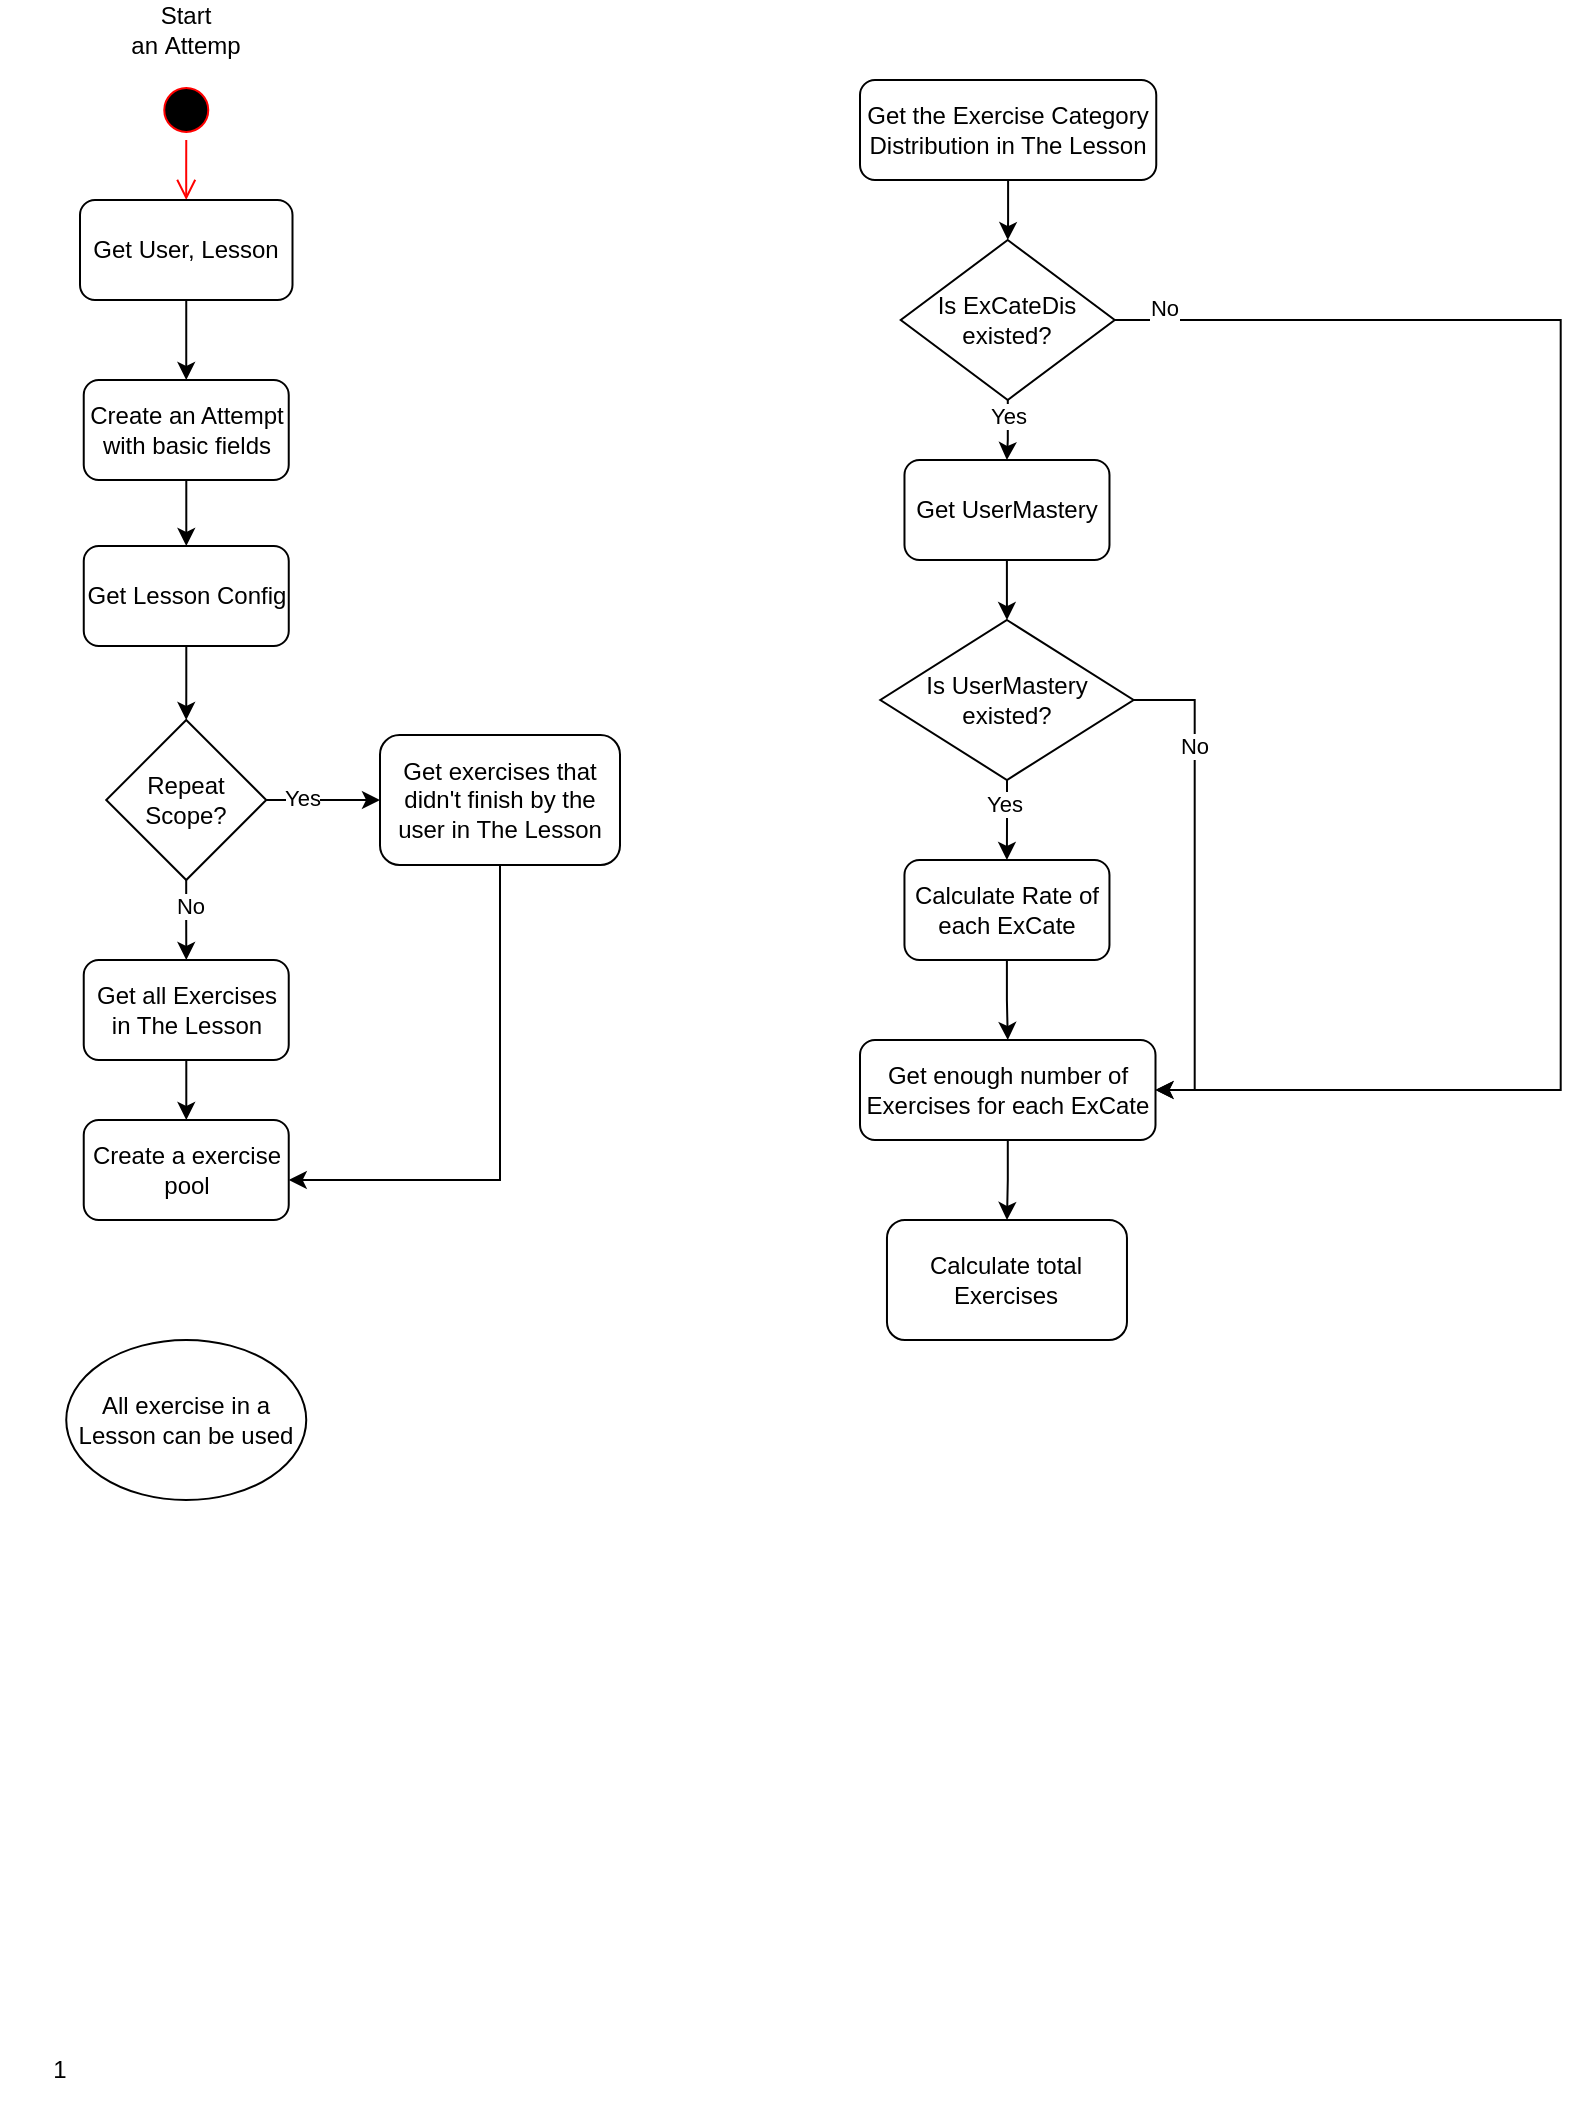
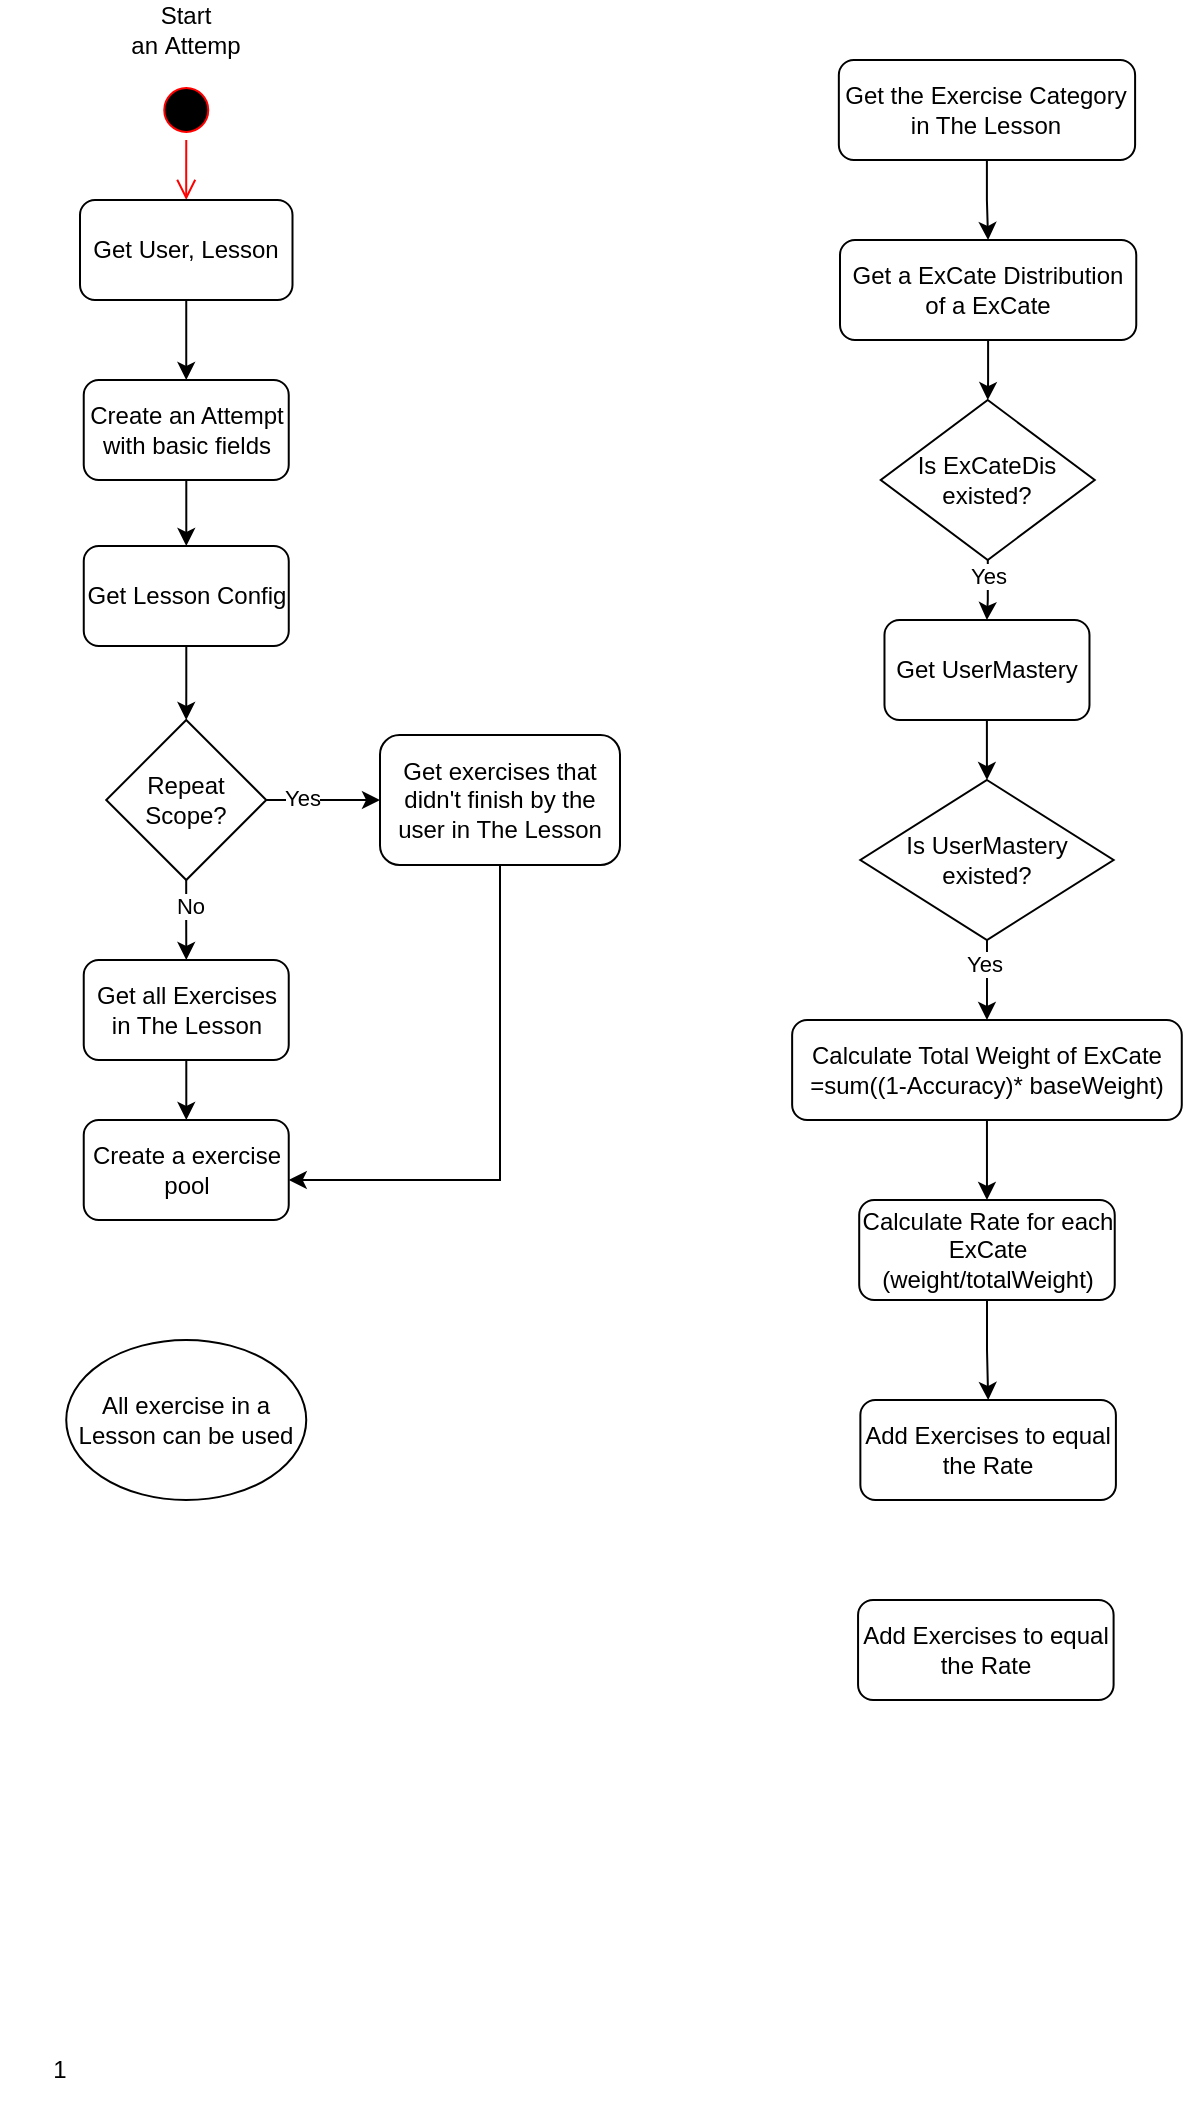
- <mxfile host="app.diagrams.net" agent="Mozilla/5.0 (Windows NT 10.0; Win64; x64) AppleWebKit/537.36 (KHTML, like Gecko) Chrome/141.0.0.0 Safari/537.36" version="28.2.9">
+ <mxfile host="app.diagrams.net" agent="Mozilla/5.0 (Windows NT 10.0; Win64; x64) AppleWebKit/537.36 (KHTML, like Gecko) Chrome/141.0.0.0 Safari/537.36" version="29.2.2" pages="2">
  <diagram name="Page-1" id="e7e014a7-5840-1c2e-5031-d8a46d1fe8dd">
-     <mxGraphModel dx="739" dy="502" grid="1" gridSize="10" guides="1" tooltips="1" connect="1" arrows="1" fold="1" page="1" pageScale="1" pageWidth="1169" pageHeight="826" background="none" math="0" shadow="0">
+     <mxGraphModel dx="554" dy="377" grid="1" gridSize="10" guides="1" tooltips="1" connect="1" arrows="1" fold="1" page="1" pageScale="1" pageWidth="1169" pageHeight="826" background="none" math="0" shadow="0">
      <root>
        <mxCell id="0" />
        <mxCell id="1" parent="0" />
        <mxCell id="7YhuKTfsy72lhYJb7kWK-41" value="" style="ellipse;html=1;shape=startState;fillColor=#000000;strokeColor=#ff0000;" vertex="1" parent="1">
          <mxGeometry x="108.13" y="50" width="30" height="30" as="geometry" />
        </mxCell>
        <mxCell id="7YhuKTfsy72lhYJb7kWK-42" value="" style="edgeStyle=orthogonalEdgeStyle;html=1;verticalAlign=bottom;endArrow=open;endSize=8;strokeColor=#ff0000;rounded=0;" edge="1" source="7YhuKTfsy72lhYJb7kWK-41" parent="1">
          <mxGeometry relative="1" as="geometry">
            <mxPoint x="123.12" y="110" as="targetPoint" />
          </mxGeometry>
        </mxCell>
        <mxCell id="7YhuKTfsy72lhYJb7kWK-43" value="Start an&amp;nbsp;&lt;span style=&quot;background-color: transparent; color: light-dark(rgb(0, 0, 0), rgb(255, 255, 255));&quot;&gt;Attemp&lt;/span&gt;" style="text;html=1;whiteSpace=wrap;strokeColor=none;fillColor=none;align=center;verticalAlign=middle;rounded=0;" vertex="1" parent="1">
          <mxGeometry x="93.12" y="10" width="60" height="30" as="geometry" />
        </mxCell>
        <mxCell id="7YhuKTfsy72lhYJb7kWK-46" value="" style="edgeStyle=orthogonalEdgeStyle;rounded=0;orthogonalLoop=1;jettySize=auto;html=1;" edge="1" parent="1" source="7YhuKTfsy72lhYJb7kWK-44" target="7YhuKTfsy72lhYJb7kWK-45">
          <mxGeometry relative="1" as="geometry" />
        </mxCell>
        <mxCell id="7YhuKTfsy72lhYJb7kWK-44" value="Get User, Lesson" style="rounded=1;whiteSpace=wrap;html=1;" vertex="1" parent="1">
          <mxGeometry x="70" y="110" width="106.25" height="50" as="geometry" />
        </mxCell>
        <mxCell id="7YhuKTfsy72lhYJb7kWK-49" value="" style="edgeStyle=orthogonalEdgeStyle;rounded=0;orthogonalLoop=1;jettySize=auto;html=1;" edge="1" parent="1" source="7YhuKTfsy72lhYJb7kWK-45" target="7YhuKTfsy72lhYJb7kWK-47">
          <mxGeometry relative="1" as="geometry" />
        </mxCell>
        <mxCell id="7YhuKTfsy72lhYJb7kWK-45" value="Create an Attempt&lt;div&gt;with basic fields&lt;/div&gt;" style="rounded=1;whiteSpace=wrap;html=1;" vertex="1" parent="1">
          <mxGeometry x="71.87" y="200" width="102.5" height="50" as="geometry" />
        </mxCell>
        <mxCell id="7YhuKTfsy72lhYJb7kWK-51" value="" style="edgeStyle=orthogonalEdgeStyle;rounded=0;orthogonalLoop=1;jettySize=auto;html=1;entryX=0.5;entryY=0;entryDx=0;entryDy=0;" edge="1" parent="1" source="7YhuKTfsy72lhYJb7kWK-47" target="7YhuKTfsy72lhYJb7kWK-52">
          <mxGeometry relative="1" as="geometry">
            <mxPoint x="123.1477777777776" y="370" as="targetPoint" />
          </mxGeometry>
        </mxCell>
        <mxCell id="7YhuKTfsy72lhYJb7kWK-47" value="Get Lesson Config" style="rounded=1;whiteSpace=wrap;html=1;" vertex="1" parent="1">
          <mxGeometry x="71.88" y="283" width="102.5" height="50" as="geometry" />
        </mxCell>
        <mxCell id="7YhuKTfsy72lhYJb7kWK-54" value="" style="edgeStyle=orthogonalEdgeStyle;rounded=0;orthogonalLoop=1;jettySize=auto;html=1;" edge="1" parent="1" source="7YhuKTfsy72lhYJb7kWK-52" target="7YhuKTfsy72lhYJb7kWK-53">
          <mxGeometry relative="1" as="geometry" />
        </mxCell>
        <mxCell id="7YhuKTfsy72lhYJb7kWK-55" value="No" style="edgeLabel;html=1;align=center;verticalAlign=middle;resizable=0;points=[];" vertex="1" connectable="0" parent="7YhuKTfsy72lhYJb7kWK-54">
          <mxGeometry x="-0.3583" y="2" relative="1" as="geometry">
            <mxPoint as="offset" />
          </mxGeometry>
        </mxCell>
        <mxCell id="7YhuKTfsy72lhYJb7kWK-57" value="" style="edgeStyle=orthogonalEdgeStyle;rounded=0;orthogonalLoop=1;jettySize=auto;html=1;" edge="1" parent="1" source="7YhuKTfsy72lhYJb7kWK-52" target="7YhuKTfsy72lhYJb7kWK-56">
          <mxGeometry relative="1" as="geometry" />
        </mxCell>
        <mxCell id="7YhuKTfsy72lhYJb7kWK-61" value="Yes" style="edgeLabel;html=1;align=center;verticalAlign=middle;resizable=0;points=[];" vertex="1" connectable="0" parent="7YhuKTfsy72lhYJb7kWK-57">
          <mxGeometry x="-0.3749" y="1" relative="1" as="geometry">
            <mxPoint as="offset" />
          </mxGeometry>
        </mxCell>
        <mxCell id="7YhuKTfsy72lhYJb7kWK-52" value="Repeat&lt;div&gt;Scope?&lt;/div&gt;" style="rhombus;whiteSpace=wrap;html=1;" vertex="1" parent="1">
          <mxGeometry x="83.12" y="370" width="80" height="80" as="geometry" />
        </mxCell>
        <mxCell id="7YhuKTfsy72lhYJb7kWK-59" value="" style="edgeStyle=orthogonalEdgeStyle;rounded=0;orthogonalLoop=1;jettySize=auto;html=1;" edge="1" parent="1" source="7YhuKTfsy72lhYJb7kWK-53" target="7YhuKTfsy72lhYJb7kWK-58">
          <mxGeometry relative="1" as="geometry" />
        </mxCell>
        <mxCell id="7YhuKTfsy72lhYJb7kWK-53" value="Get all Exercises in The Lesson" style="rounded=1;whiteSpace=wrap;html=1;" vertex="1" parent="1">
          <mxGeometry x="71.87" y="490" width="102.5" height="50" as="geometry" />
        </mxCell>
        <mxCell id="7YhuKTfsy72lhYJb7kWK-60" value="" style="edgeStyle=orthogonalEdgeStyle;rounded=0;orthogonalLoop=1;jettySize=auto;html=1;" edge="1" parent="1" source="7YhuKTfsy72lhYJb7kWK-56" target="7YhuKTfsy72lhYJb7kWK-58">
          <mxGeometry relative="1" as="geometry">
            <Array as="points">
              <mxPoint x="280" y="600" />
            </Array>
          </mxGeometry>
        </mxCell>
        <mxCell id="7YhuKTfsy72lhYJb7kWK-56" value="Get exercises that didn&#39;t finish by the user in The Lesson" style="rounded=1;whiteSpace=wrap;html=1;" vertex="1" parent="1">
          <mxGeometry x="220" y="377.5" width="120" height="65" as="geometry" />
        </mxCell>
        <mxCell id="7YhuKTfsy72lhYJb7kWK-58" value="Create a exercise pool" style="rounded=1;whiteSpace=wrap;html=1;" vertex="1" parent="1">
          <mxGeometry x="71.87" y="570" width="102.5" height="50" as="geometry" />
        </mxCell>
        <mxCell id="7YhuKTfsy72lhYJb7kWK-75" value="1" style="text;html=1;whiteSpace=wrap;strokeColor=none;fillColor=none;align=center;verticalAlign=middle;rounded=0;" vertex="1" parent="1">
          <mxGeometry x="30" y="1030" width="60" height="30" as="geometry" />
        </mxCell>
        <mxCell id="7YhuKTfsy72lhYJb7kWK-85" value="" style="edgeStyle=orthogonalEdgeStyle;rounded=0;orthogonalLoop=1;jettySize=auto;html=1;" edge="1" parent="1" source="7YhuKTfsy72lhYJb7kWK-86" target="7YhuKTfsy72lhYJb7kWK-91">
          <mxGeometry relative="1" as="geometry" />
        </mxCell>
-         <mxCell id="7YhuKTfsy72lhYJb7kWK-86" value="Get the Exercise Category Distribution in The Lesson" style="rounded=1;whiteSpace=wrap;html=1;" vertex="1" parent="1">
-           <mxGeometry x="460" y="50" width="148.13" height="50" as="geometry" />
+         <mxCell id="7YhuKTfsy72lhYJb7kWK-86" value="Get a ExCate Distribution of a ExCate" style="rounded=1;whiteSpace=wrap;html=1;" vertex="1" parent="1">
+           <mxGeometry x="450" y="130" width="148.13" height="50" as="geometry" />
        </mxCell>
        <mxCell id="7YhuKTfsy72lhYJb7kWK-87" value="" style="edgeStyle=orthogonalEdgeStyle;rounded=0;orthogonalLoop=1;jettySize=auto;html=1;" edge="1" parent="1" source="7YhuKTfsy72lhYJb7kWK-91" target="7YhuKTfsy72lhYJb7kWK-93">
          <mxGeometry relative="1" as="geometry" />
        </mxCell>
        <mxCell id="7YhuKTfsy72lhYJb7kWK-88" value="Yes" style="edgeLabel;html=1;align=center;verticalAlign=middle;resizable=0;points=[];" vertex="1" connectable="0" parent="7YhuKTfsy72lhYJb7kWK-87">
          <mxGeometry x="-0.4918" relative="1" as="geometry">
            <mxPoint as="offset" />
          </mxGeometry>
        </mxCell>
-         <mxCell id="7YhuKTfsy72lhYJb7kWK-89" style="edgeStyle=orthogonalEdgeStyle;rounded=0;orthogonalLoop=1;jettySize=auto;html=1;exitX=1;exitY=0.5;exitDx=0;exitDy=0;entryX=1;entryY=0.5;entryDx=0;entryDy=0;" edge="1" parent="1" source="7YhuKTfsy72lhYJb7kWK-91" target="7YhuKTfsy72lhYJb7kWK-102">
-           <mxGeometry relative="1" as="geometry">
-             <Array as="points">
-               <mxPoint x="810.37" y="170" />
-               <mxPoint x="810.37" y="555" />
-             </Array>
-           </mxGeometry>
-         </mxCell>
-         <mxCell id="7YhuKTfsy72lhYJb7kWK-90" value="No" style="edgeLabel;html=1;align=center;verticalAlign=middle;resizable=0;points=[];" vertex="1" connectable="0" parent="7YhuKTfsy72lhYJb7kWK-89">
-           <mxGeometry x="-0.941" y="6" relative="1" as="geometry">
-             <mxPoint as="offset" />
-           </mxGeometry>
-         </mxCell>
        <mxCell id="7YhuKTfsy72lhYJb7kWK-91" value="Is ExCateDis existed?" style="rhombus;whiteSpace=wrap;html=1;" vertex="1" parent="1">
-           <mxGeometry x="480.37" y="130" width="107" height="80" as="geometry" />
+           <mxGeometry x="470.37" y="210" width="107" height="80" as="geometry" />
        </mxCell>
        <mxCell id="7YhuKTfsy72lhYJb7kWK-92" value="" style="edgeStyle=orthogonalEdgeStyle;rounded=0;orthogonalLoop=1;jettySize=auto;html=1;" edge="1" parent="1" source="7YhuKTfsy72lhYJb7kWK-93" target="7YhuKTfsy72lhYJb7kWK-98">
          <mxGeometry relative="1" as="geometry" />
        </mxCell>
        <mxCell id="7YhuKTfsy72lhYJb7kWK-93" value="Get UserMastery" style="rounded=1;whiteSpace=wrap;html=1;" vertex="1" parent="1">
-           <mxGeometry x="482.24" y="240" width="102.5" height="50" as="geometry" />
+           <mxGeometry x="472.24" y="320" width="102.5" height="50" as="geometry" />
        </mxCell>
        <mxCell id="7YhuKTfsy72lhYJb7kWK-94" value="" style="edgeStyle=orthogonalEdgeStyle;rounded=0;orthogonalLoop=1;jettySize=auto;html=1;" edge="1" parent="1" source="7YhuKTfsy72lhYJb7kWK-98" target="7YhuKTfsy72lhYJb7kWK-100">
          <mxGeometry relative="1" as="geometry" />
        </mxCell>
        <mxCell id="7YhuKTfsy72lhYJb7kWK-95" value="Yes" style="edgeLabel;html=1;align=center;verticalAlign=middle;resizable=0;points=[];" vertex="1" connectable="0" parent="7YhuKTfsy72lhYJb7kWK-94">
          <mxGeometry x="-0.393" y="-1" relative="1" as="geometry">
            <mxPoint x="-1" as="offset" />
          </mxGeometry>
        </mxCell>
-         <mxCell id="7YhuKTfsy72lhYJb7kWK-96" value="" style="edgeStyle=orthogonalEdgeStyle;rounded=0;orthogonalLoop=1;jettySize=auto;html=1;entryX=1;entryY=0.5;entryDx=0;entryDy=0;" edge="1" parent="1" source="7YhuKTfsy72lhYJb7kWK-98" target="7YhuKTfsy72lhYJb7kWK-102">
-           <mxGeometry relative="1" as="geometry">
-             <mxPoint x="650.37" y="360" as="targetPoint" />
-             <Array as="points">
-               <mxPoint x="627.37" y="360" />
-               <mxPoint x="627.37" y="555" />
-             </Array>
-           </mxGeometry>
-         </mxCell>
-         <mxCell id="7YhuKTfsy72lhYJb7kWK-97" value="No" style="edgeLabel;html=1;align=center;verticalAlign=middle;resizable=0;points=[];" vertex="1" connectable="0" parent="7YhuKTfsy72lhYJb7kWK-96">
-           <mxGeometry x="-0.568" y="-1" relative="1" as="geometry">
-             <mxPoint as="offset" />
-           </mxGeometry>
-         </mxCell>
        <mxCell id="7YhuKTfsy72lhYJb7kWK-98" value="Is UserMastery existed?" style="rhombus;whiteSpace=wrap;html=1;" vertex="1" parent="1">
-           <mxGeometry x="470.16999999999996" y="320" width="126.63" height="80" as="geometry" />
-         </mxCell>
-         <mxCell id="7YhuKTfsy72lhYJb7kWK-99" value="" style="edgeStyle=orthogonalEdgeStyle;rounded=0;orthogonalLoop=1;jettySize=auto;html=1;" edge="1" parent="1" source="7YhuKTfsy72lhYJb7kWK-100" target="7YhuKTfsy72lhYJb7kWK-102">
-           <mxGeometry relative="1" as="geometry" />
-         </mxCell>
-         <mxCell id="7YhuKTfsy72lhYJb7kWK-100" value="Calculate Rate of each ExCate" style="rounded=1;whiteSpace=wrap;html=1;" vertex="1" parent="1">
-           <mxGeometry x="482.23" y="440" width="102.5" height="50" as="geometry" />
-         </mxCell>
-         <mxCell id="7YhuKTfsy72lhYJb7kWK-101" value="" style="edgeStyle=orthogonalEdgeStyle;rounded=0;orthogonalLoop=1;jettySize=auto;html=1;" edge="1" parent="1" source="7YhuKTfsy72lhYJb7kWK-102" target="7YhuKTfsy72lhYJb7kWK-103">
-           <mxGeometry relative="1" as="geometry" />
-         </mxCell>
-         <mxCell id="7YhuKTfsy72lhYJb7kWK-102" value="Get enough number of Exercises for each ExCate" style="rounded=1;whiteSpace=wrap;html=1;" vertex="1" parent="1">
-           <mxGeometry x="460" y="530" width="147.75" height="50" as="geometry" />
-         </mxCell>
-         <mxCell id="7YhuKTfsy72lhYJb7kWK-103" value="Calculate total Exercises" style="whiteSpace=wrap;html=1;rounded=1;" vertex="1" parent="1">
-           <mxGeometry x="473.485" y="620" width="120" height="60" as="geometry" />
+           <mxGeometry x="460.16999999999996" y="400" width="126.63" height="80" as="geometry" />
+         </mxCell>
+         <mxCell id="7YhuKTfsy72lhYJb7kWK-109" value="" style="edgeStyle=orthogonalEdgeStyle;rounded=0;orthogonalLoop=1;jettySize=auto;html=1;" edge="1" parent="1" source="7YhuKTfsy72lhYJb7kWK-100" target="7YhuKTfsy72lhYJb7kWK-108">
+           <mxGeometry relative="1" as="geometry" />
+         </mxCell>
+         <mxCell id="7YhuKTfsy72lhYJb7kWK-100" value="Calculate Total Weight of ExCate&lt;div&gt;=sum((1-Accuracy)* baseWeight)&lt;/div&gt;" style="rounded=1;whiteSpace=wrap;html=1;" vertex="1" parent="1">
+           <mxGeometry x="426.07" y="520" width="194.82" height="50" as="geometry" />
        </mxCell>
        <mxCell id="7YhuKTfsy72lhYJb7kWK-104" value="All exercise in a Lesson can be used" style="ellipse;whiteSpace=wrap;html=1;" vertex="1" parent="1">
          <mxGeometry x="63.120000000000005" y="680" width="120" height="80" as="geometry" />
+         </mxCell>
+         <mxCell id="7YhuKTfsy72lhYJb7kWK-106" value="" style="edgeStyle=orthogonalEdgeStyle;rounded=0;orthogonalLoop=1;jettySize=auto;html=1;" edge="1" parent="1" source="7YhuKTfsy72lhYJb7kWK-105" target="7YhuKTfsy72lhYJb7kWK-86">
+           <mxGeometry relative="1" as="geometry" />
+         </mxCell>
+         <mxCell id="7YhuKTfsy72lhYJb7kWK-105" value="Get the Exercise Category in The Lesson" style="rounded=1;whiteSpace=wrap;html=1;" vertex="1" parent="1">
+           <mxGeometry x="449.42" y="40" width="148.13" height="50" as="geometry" />
+         </mxCell>
+         <mxCell id="7YhuKTfsy72lhYJb7kWK-111" value="" style="edgeStyle=orthogonalEdgeStyle;rounded=0;orthogonalLoop=1;jettySize=auto;html=1;" edge="1" parent="1" source="7YhuKTfsy72lhYJb7kWK-108" target="7YhuKTfsy72lhYJb7kWK-110">
+           <mxGeometry relative="1" as="geometry" />
+         </mxCell>
+         <mxCell id="7YhuKTfsy72lhYJb7kWK-108" value="Calculate Rate for each ExCate&lt;div&gt;(weight/totalWeight)&lt;/div&gt;" style="rounded=1;whiteSpace=wrap;html=1;" vertex="1" parent="1">
+           <mxGeometry x="459.6" y="610" width="127.77" height="50" as="geometry" />
+         </mxCell>
+         <mxCell id="7YhuKTfsy72lhYJb7kWK-110" value="Add Exercises to equal the Rate" style="rounded=1;whiteSpace=wrap;html=1;" vertex="1" parent="1">
+           <mxGeometry x="460.18" y="710" width="127.77" height="50" as="geometry" />
+         </mxCell>
+         <mxCell id="7YhuKTfsy72lhYJb7kWK-112" value="Add Exercises to equal the Rate" style="rounded=1;whiteSpace=wrap;html=1;" vertex="1" parent="1">
+           <mxGeometry x="459.03000000000003" y="810" width="127.77" height="50" as="geometry" />
+         </mxCell>
+       </root>
+     </mxGraphModel>
+   </diagram>
+   <diagram id="fSvRyebfEvSMTp1uuHT3" name="Page-2">
+     <mxGraphModel dx="1847" dy="678" grid="1" gridSize="10" guides="1" tooltips="1" connect="1" arrows="1" fold="1" page="1" pageScale="1" pageWidth="850" pageHeight="1100" math="0" shadow="0">
+       <root>
+         <mxCell id="0" />
+         <mxCell id="1" parent="0" />
+         <mxCell id="-b-QFMQMDdvOu-m1hzjx-15" edge="1" parent="1" source="-b-QFMQMDdvOu-m1hzjx-1" style="edgeStyle=orthogonalEdgeStyle;rounded=0;orthogonalLoop=1;jettySize=auto;html=1;entryX=0.5;entryY=0;entryDx=0;entryDy=0;" target="-b-QFMQMDdvOu-m1hzjx-4">
+           <mxGeometry relative="1" as="geometry" />
+         </mxCell>
+         <mxCell id="-b-QFMQMDdvOu-m1hzjx-1" parent="1" style="rounded=1;whiteSpace=wrap;html=1;" value="&lt;font style=&quot;font-size: 16px;&quot;&gt;Courses&lt;/font&gt;" vertex="1">
+           <mxGeometry height="60" width="120" x="365" y="60" as="geometry" />
+         </mxCell>
+         <mxCell id="-b-QFMQMDdvOu-m1hzjx-18" edge="1" parent="1" source="-b-QFMQMDdvOu-m1hzjx-2" style="edgeStyle=orthogonalEdgeStyle;rounded=0;orthogonalLoop=1;jettySize=auto;html=1;entryX=0.5;entryY=0;entryDx=0;entryDy=0;" target="-b-QFMQMDdvOu-m1hzjx-8">
+           <mxGeometry relative="1" as="geometry">
+             <Array as="points">
+               <mxPoint x="130" y="420" />
+               <mxPoint x="-30" y="420" />
+             </Array>
+           </mxGeometry>
+         </mxCell>
+         <mxCell id="-b-QFMQMDdvOu-m1hzjx-2" parent="1" style="rounded=1;whiteSpace=wrap;html=1;" value="&lt;span style=&quot;font-size: 16px;&quot;&gt;Lesson&amp;nbsp;&lt;/span&gt;" vertex="1">
+           <mxGeometry height="60" width="120" x="70" y="350" as="geometry" />
+         </mxCell>
+         <mxCell id="-b-QFMQMDdvOu-m1hzjx-3" parent="1" style="rounded=1;whiteSpace=wrap;html=1;" value="&lt;span style=&quot;font-size: 16px;&quot;&gt;Chapter&lt;/span&gt;" vertex="1">
+           <mxGeometry height="60" width="120" x="470" y="210" as="geometry" />
+         </mxCell>
+         <mxCell id="-b-QFMQMDdvOu-m1hzjx-16" edge="1" parent="1" source="-b-QFMQMDdvOu-m1hzjx-4" style="edgeStyle=orthogonalEdgeStyle;rounded=0;orthogonalLoop=1;jettySize=auto;html=1;entryX=0.5;entryY=0;entryDx=0;entryDy=0;" target="-b-QFMQMDdvOu-m1hzjx-2">
+           <mxGeometry relative="1" as="geometry">
+             <Array as="points">
+               <mxPoint x="290" y="310" />
+               <mxPoint x="130" y="310" />
+             </Array>
+           </mxGeometry>
+         </mxCell>
+         <mxCell id="-b-QFMQMDdvOu-m1hzjx-17" edge="1" parent="1" source="-b-QFMQMDdvOu-m1hzjx-4" style="edgeStyle=orthogonalEdgeStyle;rounded=0;orthogonalLoop=1;jettySize=auto;html=1;entryX=0.5;entryY=0;entryDx=0;entryDy=0;" target="-b-QFMQMDdvOu-m1hzjx-5">
+           <mxGeometry relative="1" as="geometry" />
+         </mxCell>
+         <mxCell id="-b-QFMQMDdvOu-m1hzjx-4" parent="1" style="rounded=1;whiteSpace=wrap;html=1;" value="&lt;span style=&quot;font-size: 16px;&quot;&gt;Chapter&lt;/span&gt;" vertex="1">
+           <mxGeometry height="60" width="120" x="230" y="210" as="geometry" />
+         </mxCell>
+         <mxCell id="-b-QFMQMDdvOu-m1hzjx-5" parent="1" style="rounded=1;whiteSpace=wrap;html=1;" value="&lt;span style=&quot;font-size: 16px;&quot;&gt;Lesson&amp;nbsp;&lt;/span&gt;" vertex="1">
+           <mxGeometry height="60" width="120" x="290" y="350" as="geometry" />
+         </mxCell>
+         <mxCell id="-b-QFMQMDdvOu-m1hzjx-6" parent="1" style="rounded=1;whiteSpace=wrap;html=1;" value="&lt;span style=&quot;font-size: 16px;&quot;&gt;Lesson&amp;nbsp;&lt;/span&gt;" vertex="1">
+           <mxGeometry height="60" width="120" x="480" y="350" as="geometry" />
+         </mxCell>
+         <mxCell id="-b-QFMQMDdvOu-m1hzjx-7" parent="1" style="rounded=1;whiteSpace=wrap;html=1;" value="&lt;span style=&quot;font-size: 16px;&quot;&gt;Exercise Category&lt;/span&gt;" vertex="1">
+           <mxGeometry height="60" width="120" x="70" y="450" as="geometry" />
+         </mxCell>
+         <mxCell id="-b-QFMQMDdvOu-m1hzjx-19" edge="1" parent="1" source="-b-QFMQMDdvOu-m1hzjx-8" style="edgeStyle=orthogonalEdgeStyle;rounded=0;orthogonalLoop=1;jettySize=auto;html=1;">
+           <mxGeometry relative="1" as="geometry">
+             <mxPoint x="-60" y="660" as="targetPoint" />
+           </mxGeometry>
+         </mxCell>
+         <mxCell id="-b-QFMQMDdvOu-m1hzjx-8" parent="1" style="rounded=1;whiteSpace=wrap;html=1;" value="&lt;span style=&quot;font-size: 16px;&quot;&gt;Default Exercise Category&lt;/span&gt;" vertex="1">
+           <mxGeometry height="60" width="120" x="-90" y="450" as="geometry" />
+         </mxCell>
+         <mxCell id="-b-QFMQMDdvOu-m1hzjx-9" parent="1" style="rounded=1;whiteSpace=wrap;html=1;" value="&lt;span style=&quot;font-size: 16px;&quot;&gt;Exercise Category&lt;/span&gt;" vertex="1">
+           <mxGeometry height="60" width="120" x="380" y="450" as="geometry" />
+         </mxCell>
+         <mxCell id="-b-QFMQMDdvOu-m1hzjx-10" parent="1" style="rounded=1;whiteSpace=wrap;html=1;" value="&lt;span style=&quot;font-size: 16px;&quot;&gt;Exercise Category&lt;/span&gt;" vertex="1">
+           <mxGeometry height="60" width="120" x="220" y="450" as="geometry" />
+         </mxCell>
+         <mxCell id="-b-QFMQMDdvOu-m1hzjx-11" parent="1" style="rounded=1;whiteSpace=wrap;html=1;" value="&lt;span style=&quot;font-size: 16px;&quot;&gt;Exercise Category&lt;/span&gt;" vertex="1">
+           <mxGeometry height="60" width="120" x="700" y="450" as="geometry" />
+         </mxCell>
+         <mxCell id="-b-QFMQMDdvOu-m1hzjx-12" parent="1" style="rounded=1;whiteSpace=wrap;html=1;" value="&lt;span style=&quot;font-size: 16px;&quot;&gt;Exercise Category&lt;/span&gt;" vertex="1">
+           <mxGeometry height="60" width="120" x="540" y="450" as="geometry" />
+         </mxCell>
+         <mxCell id="-b-QFMQMDdvOu-m1hzjx-13" parent="1" style="rounded=1;whiteSpace=wrap;html=1;" value="&lt;span style=&quot;font-size: 16px;&quot;&gt;Exercise Category&lt;/span&gt;" vertex="1">
+           <mxGeometry height="60" width="120" x="1010" y="450" as="geometry" />
+         </mxCell>
+         <mxCell id="-b-QFMQMDdvOu-m1hzjx-14" parent="1" style="rounded=1;whiteSpace=wrap;html=1;" value="&lt;span style=&quot;font-size: 16px;&quot;&gt;Exercise Category&lt;/span&gt;" vertex="1">
+           <mxGeometry height="60" width="120" x="850" y="450" as="geometry" />
+         </mxCell>
+         <mxCell id="-b-QFMQMDdvOu-m1hzjx-20" parent="1" style="rounded=1;whiteSpace=wrap;html=1;" value="&lt;span style=&quot;font-size: 16px;&quot;&gt;Ex&lt;/span&gt;" vertex="1">
+           <mxGeometry height="60" width="120" x="-220" y="660" as="geometry" />
+         </mxCell>
+         <mxCell id="-b-QFMQMDdvOu-m1hzjx-21" parent="1" style="rounded=1;whiteSpace=wrap;html=1;" value="&lt;span style=&quot;font-size: 16px;&quot;&gt;EX&lt;/span&gt;" vertex="1">
+           <mxGeometry height="60" width="120" x="-90" y="760" as="geometry" />
+         </mxCell>
+         <mxCell id="-b-QFMQMDdvOu-m1hzjx-22" parent="1" style="rounded=1;whiteSpace=wrap;html=1;" value="&lt;span style=&quot;font-size: 16px;&quot;&gt;EX&lt;/span&gt;" vertex="1">
+           <mxGeometry height="60" width="120" x="-80" y="660" as="geometry" />
+         </mxCell>
+         <mxCell id="-b-QFMQMDdvOu-m1hzjx-23" parent="1" style="rounded=1;whiteSpace=wrap;html=1;" value="&lt;span style=&quot;font-size: 16px;&quot;&gt;EX&lt;/span&gt;" vertex="1">
+           <mxGeometry height="60" width="120" x="-230" y="760" as="geometry" />
        </mxCell>
      </root>
    </mxGraphModel>
  </diagram>
</mxfile>
